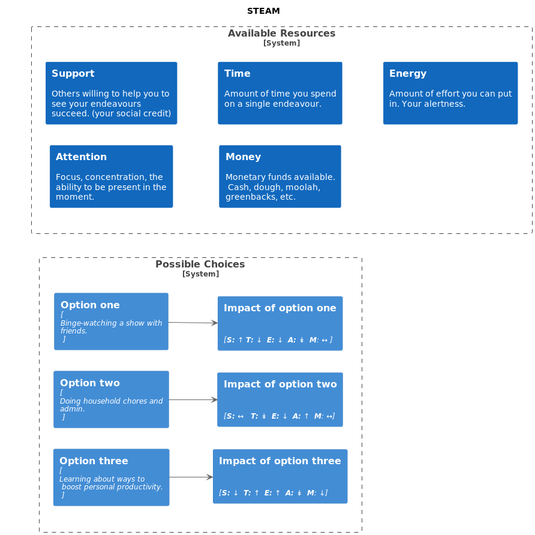
Above: static/images/practices/steam_illustration.png in sddevelopment-be/penguin-pragmatic-patterns (PlantUML), before the change. The source it was exported from:
```plantuml
@startuml
title STEAM

left to right direction

!include https://raw.githubusercontent.com/plantuml-stdlib/C4-PlantUML/master/C4.puml
!include https://raw.githubusercontent.com/plantuml-stdlib/C4-PlantUML/master/C4_Context.puml
!include https://raw.githubusercontent.com/plantuml-stdlib/C4-PlantUML/master/C4_Container.puml
!include https://raw.githubusercontent.com/plantuml-stdlib/C4-PlantUML/master/C4_Component.puml

skinparam dpi 240
skinparam defaultTextAlignment left

skinParam maxMessageSize 184
skinparam wrapWidth 204

skinparam linetype polyline

hide stereotype
hide footbox

System_Boundary(resources, "Available Resources") {
    System(support, "Support", "Others willing to help you to see your endeavours succeed. (your social credit)")
    System(time, "Time", "Amount of time you spend on a single endeavour. \n")
    System(energy, "Energy", "Amount of effort you can put in. Your alertness. \n")

    System(attention, "Attention", "Focus, concentration, the ability to be present in the moment.")
    System(money, "Money", "Monetary funds available. \n Cash, dough, moolah, greenbacks, etc.")
}

System_Boundary(choices, "Possible Choices") {
    Container(optionOne, "Option one", "\nBinge-watching a show with friends. \n", $tags="Element+Container")
    Container(optionTwo, "Option two", "\nDoing household chores and admin. \n", $tags="Element+Container")
    Container(optionThree, "Option three", "\nLearning about ways to \n boost personal productivity.\n", $tags="Element+Container")

    Container(impactOne, "Impact of option one \n\n",     "**S:** ↑ **T:** ↓  **E:** ↓  **A:** ↡  **M**: ↔ ")
    Container(impactTwo, "Impact of option two \n\n",     "**S:** ↔   **T:** ↡  **E:** ↓  **A:** ↑  **M**: ↔")
    Container(impactThree, "Impact of option three \n\n", "**S:** ↓  **T:** ↑  **E:** ↑  **A:** ↡  **M**: ↓")
}

resources -left[hidden]-> choices

support-[hidden]->time
time-[hidden]->energy


attention-[hidden]->money

optionOne -left[hidden]-> optionTwo
optionTwo -left[hidden]-> optionThree

optionOne --> impactOne
optionTwo --> impactTwo
optionThree --> impactThree

impactOne -left[hidden]-> impactTwo
impactTwo -left[hidden]-> impactThree

@enduml
```
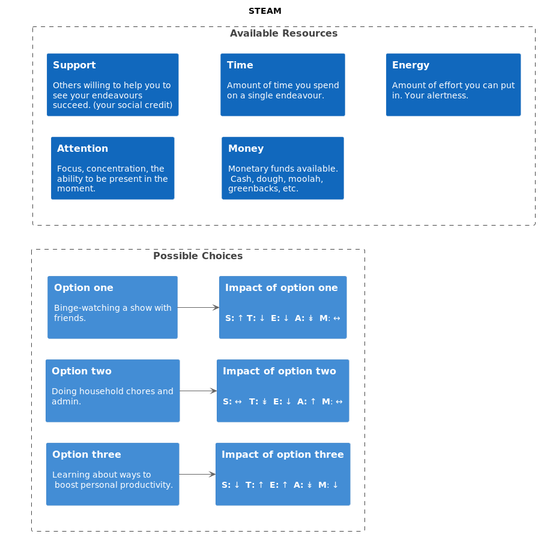
Above is the later version.

Commit message:
STEAM pattern: update and outline

The edit, as a diff of the source:
```diff
@@ -16,10 +16,14 @@
 
 skinparam linetype polyline
 
+skinparam component {
+     hide<<hidden_st>> stereotype
+}
+
 hide stereotype
 hide footbox
 
-System_Boundary(resources, "Available Resources") {
+Boundary(resources, "Available Resources") {
     System(support, "Support", "Others willing to help you to see your endeavours succeed. (your social credit)")
     System(time, "Time", "Amount of time you spend on a single endeavour. \n")
     System(energy, "Energy", "Amount of effort you can put in. Your alertness. \n")
@@ -28,14 +32,14 @@
     System(money, "Money", "Monetary funds available. \n Cash, dough, moolah, greenbacks, etc.")
 }
 
-System_Boundary(choices, "Possible Choices") {
-    Container(optionOne, "Option one", "\nBinge-watching a show with friends. \n", $tags="Element+Container")
-    Container(optionTwo, "Option two", "\nDoing household chores and admin. \n", $tags="Element+Container")
-    Container(optionThree, "Option three", "\nLearning about ways to \n boost personal productivity.\n", $tags="Element+Container")
+Boundary(choices, "Possible Choices") {
+    Container(optionOne, "Option one", "", "Binge-watching a show with friends. \n", $tags="Element+Container")
+    Container(optionTwo, "Option two", "","Doing household chores and admin. \n", $tags="Element+Container")
+    Container(optionThree, "Option three", "","Learning about ways to \n boost personal productivity.\n", $tags="Element+Container")
 
-    Container(impactOne, "Impact of option one \n\n",     "**S:** ↑ **T:** ↓  **E:** ↓  **A:** ↡  **M**: ↔ ")
-    Container(impactTwo, "Impact of option two \n\n",     "**S:** ↔   **T:** ↡  **E:** ↓  **A:** ↑  **M**: ↔")
-    Container(impactThree, "Impact of option three \n\n", "**S:** ↓  **T:** ↑  **E:** ↑  **A:** ↡  **M**: ↓")
+    Container(impactOne, "Impact of option one",     "", "\n**S:** ↑ **T:** ↓  **E:** ↓  **A:** ↡  **M**: ↔ \n")
+    Container(impactTwo, "Impact of option two", "",    " \n**S:** ↔   **T:** ↡  **E:** ↓  **A:** ↑  **M**: ↔ \n")
+    Container(impactThree, "Impact of option three", "", "\n**S:** ↓  **T:** ↑  **E:** ↑  **A:** ↡  **M**: ↓ \n")
 }
 
 resources -left[hidden]-> choices
```
